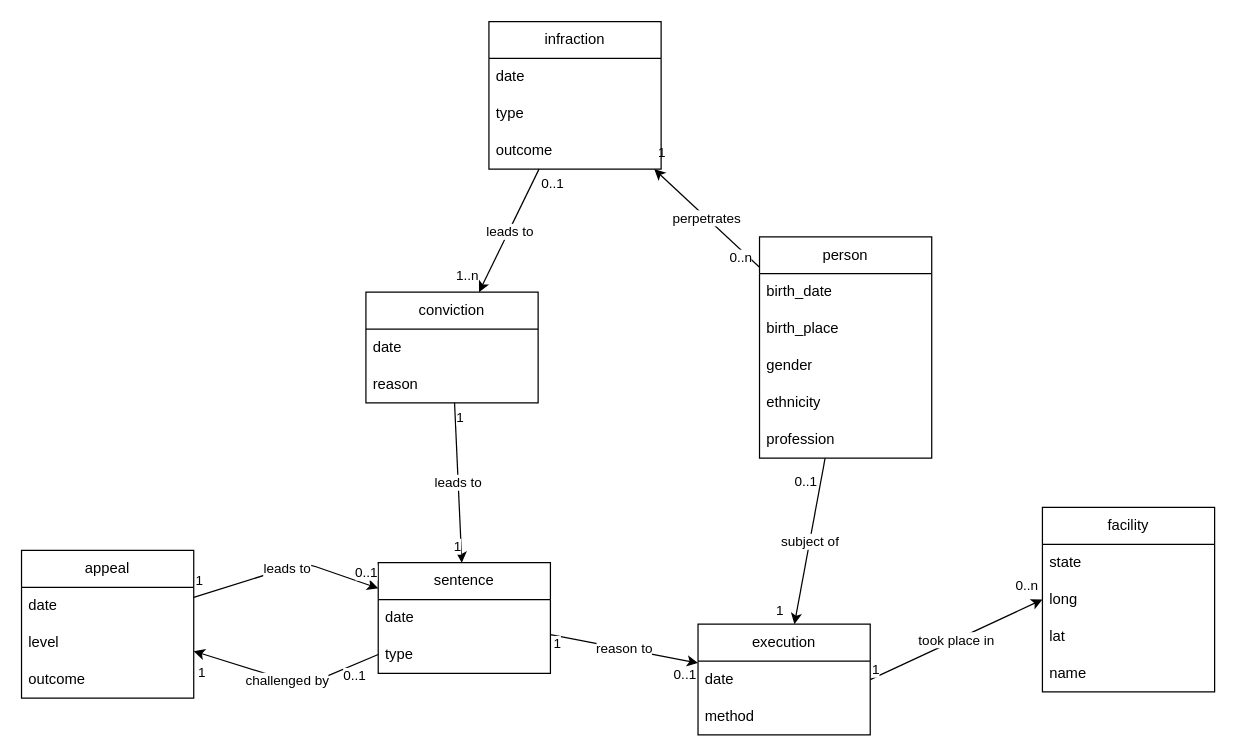
This is documentation/diagramme.drawio from felileg/HN1_unine_2026, a draw.io file, before an edit. Source tidied: cells renumbered, new cells numbered last; positions are measured from the earlier drawing's top-left corner, leaving out a move shared by most shapes. Both pictures are drawn from the tidied source at 123%, with x=0, y=0 at pixel (21, 21).
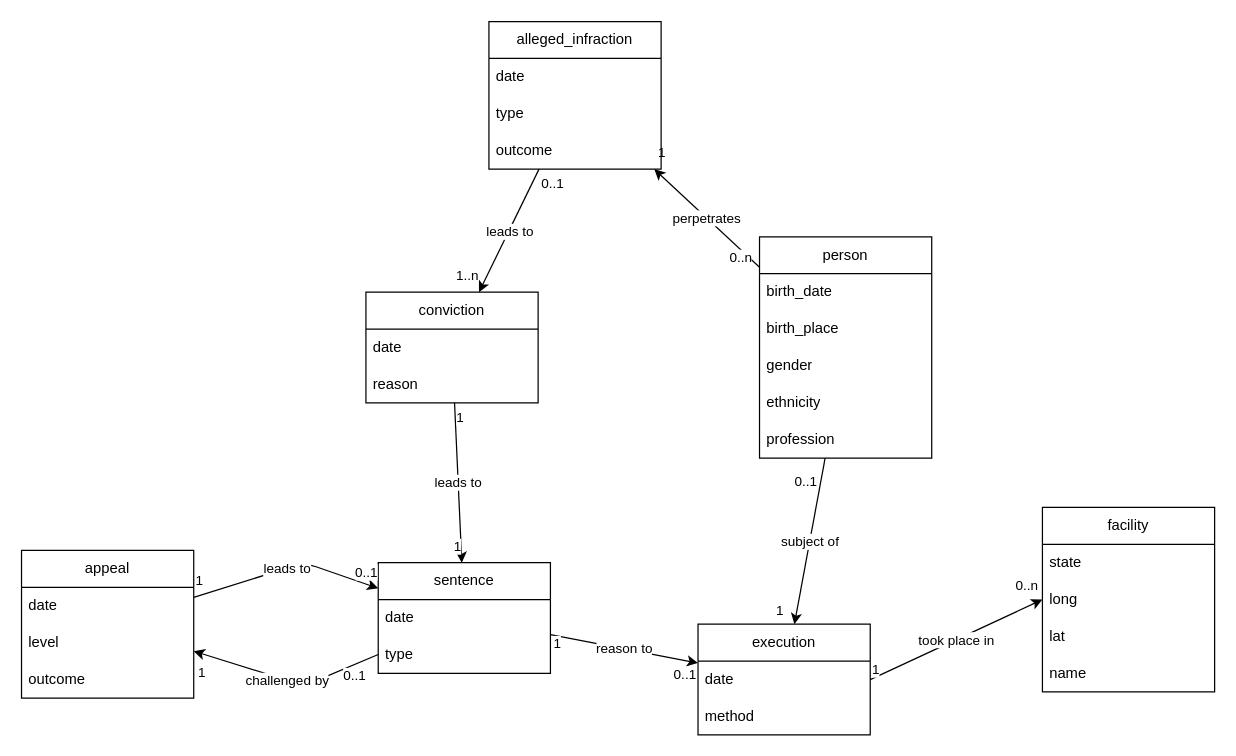
After the change.

Change to the diagram source:
```diff
@@
-    <mxCell id="39" value="infraction" style="swimlane;fontStyle=0;horizontal=1;startSize=30;whiteSpace=wrap;html=1;" parent="1" vertex="1">
+    <mxCell id="39" value="alleged_infraction" style="swimlane;fontStyle=0;horizontal=1;startSize=30;whiteSpace=wrap;html=1;" parent="1" vertex="1">
       <mxGeometry x="380" width="140" height="120" as="geometry" />
     </mxCell>
```
